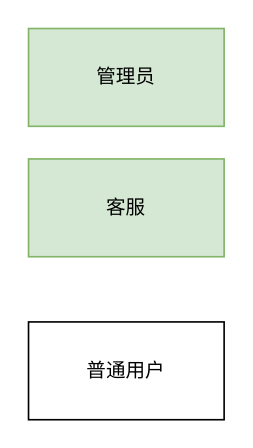
Earlier version of the draw.io diagram page "顺发切换2" (5 of 8) of Untitled Diagram.drawio (shxian/drawio). Source tidied: cells renumbered, new cells numbered last; positions are measured from the earlier drawing's top-left corner, leaving out a move shared by most shapes. Both pictures are drawn from the tidied source at 163%, with x=0, y=0 at pixel (28, 28).
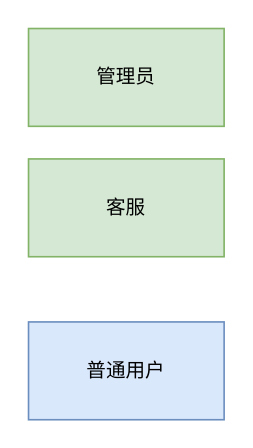
The same page after the edit.

What changed in the source:
```diff
@@
 <mxGraphModel>
   <root>
     <mxCell id="0" />
     <mxCell id="1" parent="0" />
     <mxCell id="2" value="管理员" style="rounded=0;whiteSpace=wrap;html=1;fillColor=#d5e8d4;strokeColor=#82b366;" parent="1" vertex="1">
       <mxGeometry width="120" height="60" as="geometry" />
     </mxCell>
     <mxCell id="3" value="客服" style="rounded=0;whiteSpace=wrap;html=1;fillColor=#d5e8d4;strokeColor=#82b366;" parent="1" vertex="1">
       <mxGeometry y="80" width="120" height="60" as="geometry" />
     </mxCell>
-    <mxCell id="4" value="普通用户" style="rounded=0;whiteSpace=wrap;html=1;" parent="1" vertex="1">
+    <mxCell id="4" value="普通用户" style="rounded=0;whiteSpace=wrap;html=1;fillColor=#dae8fc;strokeColor=#6c8ebf;" parent="1" vertex="1">
       <mxGeometry y="180" width="120" height="60" as="geometry" />
     </mxCell>
   </root>
 </mxGraphModel>
```
